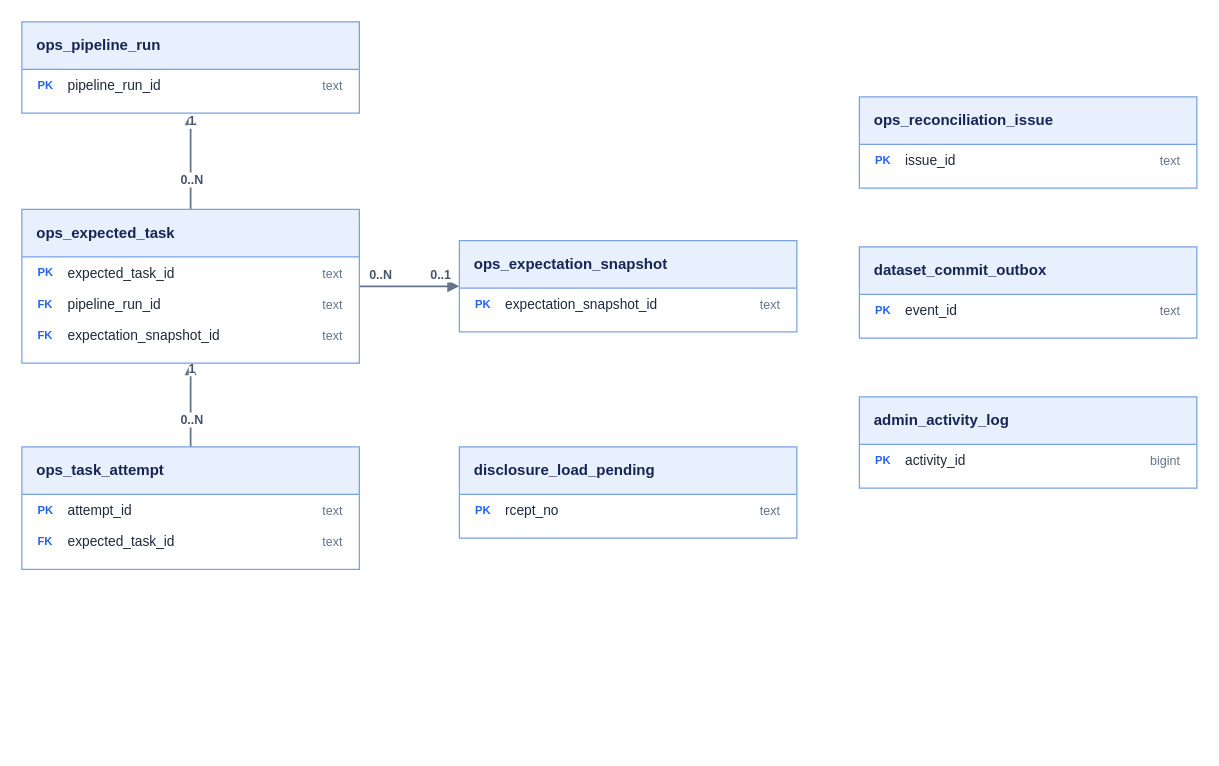
alphaeveryday/edge keeps this draw.io diagram as docs/data-model/domains/operations/erd.drawio. Above is the earlier version. Source tidied: cells renumbered, new cells numbered last; positions are measured from the earlier drawing's top-left corner, leaving out a move shared by most shapes. Both pictures are drawn from the tidied source at 125%, with x=0, y=0 at pixel (21, 21).
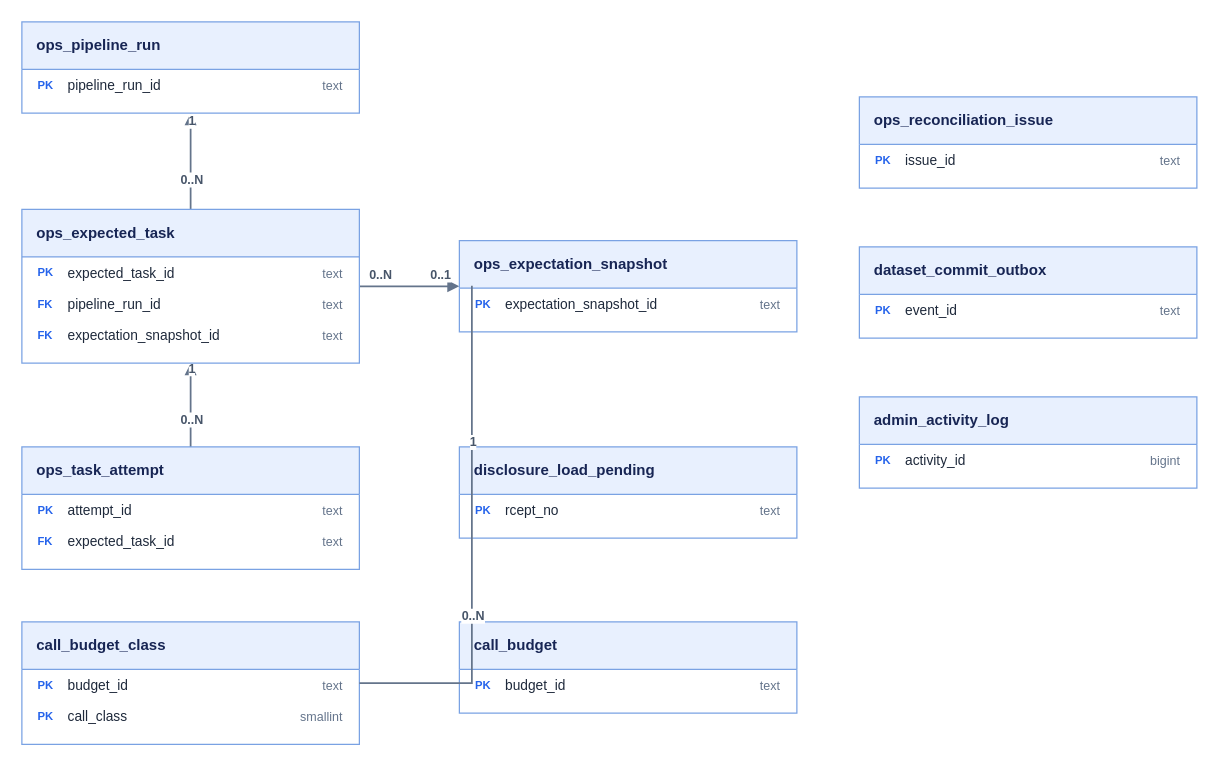
After the change.

Commit message (it also covers changes not shown here):
docs(schema): 운영 원장 ERD에 공유 호출 예산 표 추가

Refs: ALPHA-1087

The edit, as a diff of the source:
```diff
@@
+    <mxCell id="30" value="call_budget" style="swimlane;horizontal=1;startSize=38;rounded=0;html=1;fillColor=#e8f0fe;swimlaneFillColor=#ffffff;strokeColor=#7aa2e3;fontColor=#172554;fontStyle=1;align=left;spacingLeft=10;verticalAlign=middle;" parent="1" vertex="1">
+      <mxGeometry x="350" y="480" width="270" height="73" as="geometry" />
+    </mxCell>
+    <mxCell id="31" value="&lt;table style=&quot;width:246px;border-collapse:collapse;table-layout:fixed;&quot;&gt;&lt;tr&gt;&lt;td style=&quot;width:22px;color:#2563eb;font-size:9px;font-weight:700;white-space:nowrap;&quot;&gt;PK&lt;/td&gt;&lt;td style=&quot;white-space:nowrap;&quot;&gt;budget_id&lt;/td&gt;&lt;td style=&quot;width:72px;text-align:right;color:#64748b;font-size:10px;white-space:nowrap;&quot;&gt;text&lt;/td&gt;&lt;/tr&gt;&lt;/table&gt;" style="text;html=1;strokeColor=none;fillColor=none;align=left;verticalAlign=middle;spacingLeft=10;spacingRight=10;fontColor=#1e293b;fontSize=11;" parent="30" vertex="1">
+      <mxGeometry y="38" width="270" height="25" as="geometry" />
+    </mxCell>
+    <mxCell id="32" value="call_budget_class" style="swimlane;horizontal=1;startSize=38;rounded=0;html=1;fillColor=#e8f0fe;swimlaneFillColor=#ffffff;strokeColor=#7aa2e3;fontColor=#172554;fontStyle=1;align=left;spacingLeft=10;verticalAlign=middle;" parent="1" vertex="1">
+      <mxGeometry y="480" width="270" height="98" as="geometry" />
+    </mxCell>
+    <mxCell id="33" value="&lt;table style=&quot;width:246px;border-collapse:collapse;table-layout:fixed;&quot;&gt;&lt;tr&gt;&lt;td style=&quot;width:22px;color:#2563eb;font-size:9px;font-weight:700;white-space:nowrap;&quot;&gt;PK&lt;/td&gt;&lt;td style=&quot;white-space:nowrap;&quot;&gt;budget_id&lt;/td&gt;&lt;td style=&quot;width:72px;text-align:right;color:#64748b;font-size:10px;white-space:nowrap;&quot;&gt;text&lt;/td&gt;&lt;/tr&gt;&lt;/table&gt;" style="text;html=1;strokeColor=none;fillColor=none;align=left;verticalAlign=middle;spacingLeft=10;spacingRight=10;fontColor=#1e293b;fontSize=11;" parent="32" vertex="1">
+      <mxGeometry y="38" width="270" height="25" as="geometry" />
+    </mxCell>
+    <mxCell id="34" value="&lt;table style=&quot;width:246px;border-collapse:collapse;table-layout:fixed;&quot;&gt;&lt;tr&gt;&lt;td style=&quot;width:22px;color:#2563eb;font-size:9px;font-weight:700;white-space:nowrap;&quot;&gt;PK&lt;/td&gt;&lt;td style=&quot;white-space:nowrap;&quot;&gt;call_class&lt;/td&gt;&lt;td style=&quot;width:72px;text-align:right;color:#64748b;font-size:10px;white-space:nowrap;&quot;&gt;smallint&lt;/td&gt;&lt;/tr&gt;&lt;/table&gt;" style="text;html=1;strokeColor=none;fillColor=none;align=left;verticalAlign=middle;spacingLeft=10;spacingRight=10;fontColor=#1e293b;fontSize=11;" parent="32" vertex="1">
+      <mxGeometry y="63" width="270" height="25" as="geometry" />
+    </mxCell>
+    <mxCell id="35" style="edgeStyle=orthogonalEdgeStyle;rounded=0;jettySize=auto;html=1;strokeColor=#64748b;strokeWidth=1.4;endArrow=block;endFill=1;endSize=6;" parent="1" edge="1" source="32" target="30">
+      <mxGeometry relative="1" as="geometry">
+        <Array as="points">
+          <mxPoint x="360" y="211" />
+          <mxPoint x="360" y="211" />
+        </Array>
+      </mxGeometry>
+    </mxCell>
+    <mxCell id="36" value="0..N" style="edgeLabel;html=1;align=center;verticalAlign=middle;fontSize=10;fontStyle=1;fontColor=#475569;labelBackgroundColor=#ffffff;" parent="35" vertex="1">
+      <mxGeometry x="-0.6" relative="1" as="geometry">
+        <mxPoint y="-10" as="offset" />
+      </mxGeometry>
+    </mxCell>
+    <mxCell id="37" value="1" style="edgeLabel;html=1;align=center;verticalAlign=middle;fontSize=10;fontStyle=1;fontColor=#475569;labelBackgroundColor=#ffffff;" parent="35" vertex="1">
+      <mxGeometry x="0.6" relative="1" as="geometry">
+        <mxPoint y="-10" as="offset" />
+      </mxGeometry>
+    </mxCell>
```
